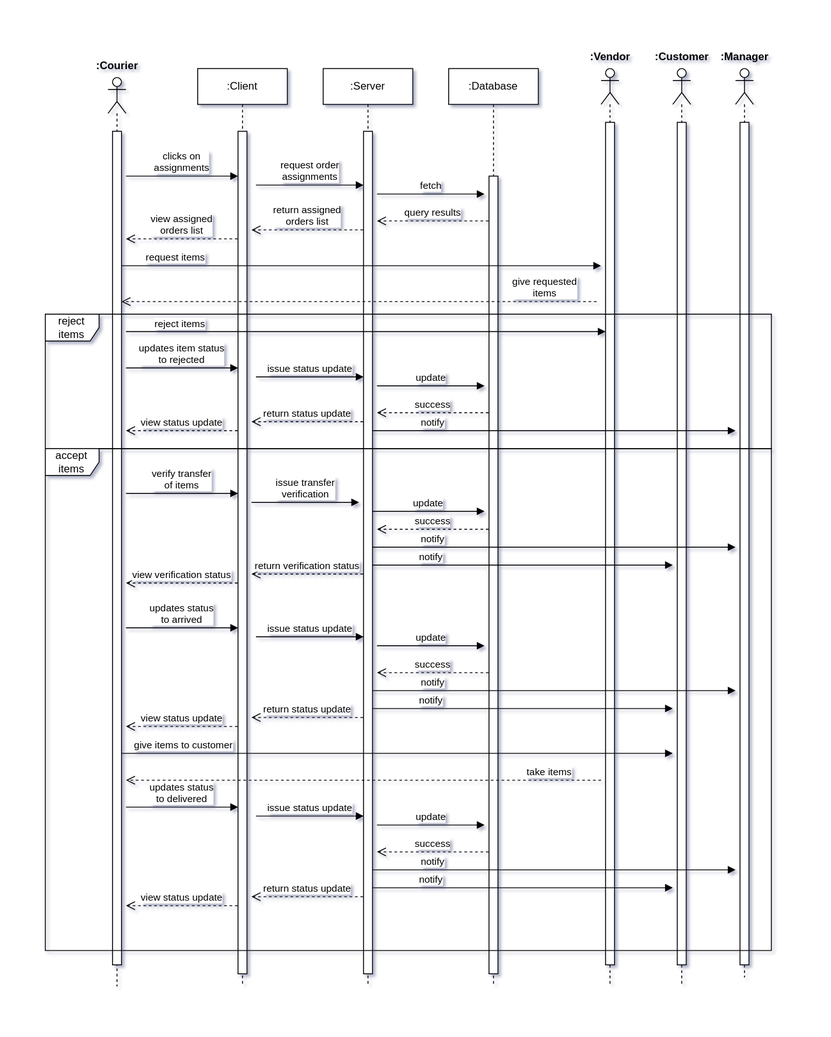
Above: software requirement/spec/media/sequence/courier-delivery.drawio.svg in nati-esh-zed/online_shopping_webapp (draw.io), before the change. Source tidied: cells renumbered, new cells last; positions are measured from the earlier drawing's top-left corner, leaving out a move shared by most shapes.
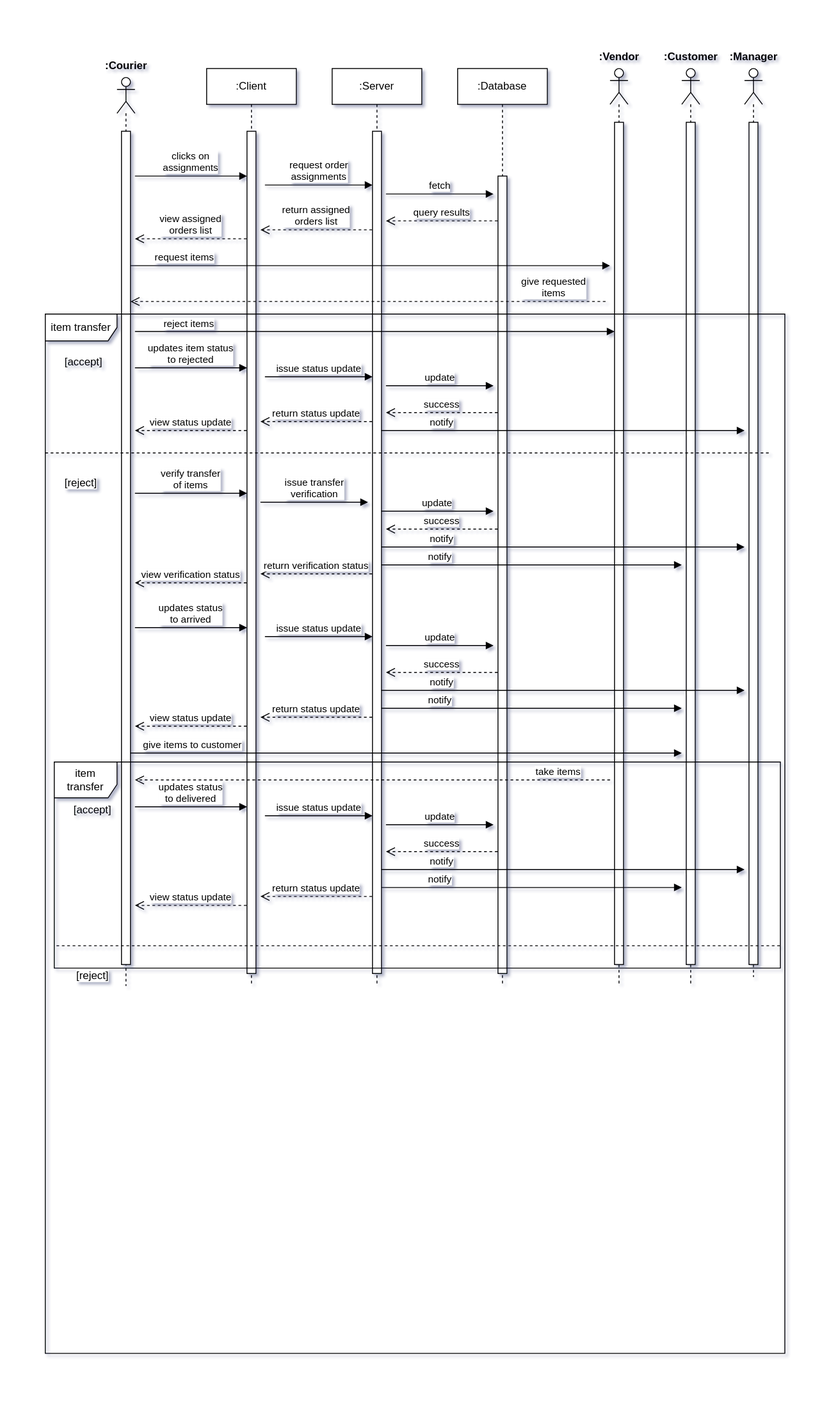
After the commit.

Commit message:
update SRS and Sequence diagram, add Component diagram + write more topics on Chapter 4

Change to the diagram source:
```diff
@@ -213,9 +213,6 @@
         <mxPoint x="700" y="790" as="targetPoint" />
       </mxGeometry>
     </mxCell>
-    <mxCell id="46" value="reject items" style="shape=umlFrame;whiteSpace=wrap;html=1;" parent="1" vertex="1">
-      <mxGeometry y="300" width="810" height="150" as="geometry" />
-    </mxCell>
     <mxCell id="47" value="reject items" style="html=1;verticalAlign=bottom;endArrow=block;curved=0;rounded=0;" parent="1" edge="1">
       <mxGeometry x="-0.78" relative="1" as="geometry">
         <mxPoint x="90" y="319.5" as="sourcePoint" />
@@ -252,9 +249,6 @@
         <mxPoint x="770" y="430" as="targetPoint" />
       </mxGeometry>
     </mxCell>
-    <mxCell id="53" value="accept items" style="shape=umlFrame;whiteSpace=wrap;html=1;" parent="1" vertex="1">
-      <mxGeometry y="450" width="810" height="560" as="geometry" />
-    </mxCell>
     <mxCell id="54" value="return status update" style="html=1;verticalAlign=bottom;endArrow=open;dashed=1;endSize=8;curved=0;rounded=0;" parent="1" edge="1">
       <mxGeometry relative="1" as="geometry">
         <mxPoint x="354.5" y="420" as="sourcePoint" />
@@ -315,5 +309,27 @@
         <mxPoint x="90" y="820" as="targetPoint" />
       </mxGeometry>
     </mxCell>
+    <mxCell id="64" value="item transfer" style="shape=umlFrame;whiteSpace=wrap;html=1;width=80;height=30;" parent="1" vertex="1">
+      <mxGeometry x="-10" y="300" width="825" height="1160" as="geometry" />
+    </mxCell>
+    <mxCell id="65" value="[accept]" style="text;html=1;" parent="64" vertex="1">
+      <mxGeometry width="100" height="20" relative="1" as="geometry">
+        <mxPoint x="20" y="40" as="offset" />
+      </mxGeometry>
+    </mxCell>
+    <mxCell id="66" value="[reject]" style="line;strokeWidth=1;dashed=1;labelPosition=center;verticalLabelPosition=bottom;align=left;verticalAlign=top;spacingLeft=20;spacingTop=15;html=1;whiteSpace=wrap;" parent="64" vertex="1">
+      <mxGeometry y="150" width="810" height="10" as="geometry" />
+    </mxCell>
+    <mxCell id="67" value="item &lt;br&gt;transfer" style="shape=umlFrame;whiteSpace=wrap;html=1;width=70;height=40;" parent="64" vertex="1">
+      <mxGeometry x="10" y="500" width="810" height="230" as="geometry" />
+    </mxCell>
+    <mxCell id="68" value="[accept]" style="text;html=1;" parent="67" vertex="1">
+      <mxGeometry width="100" height="20" relative="1" as="geometry">
+        <mxPoint x="20" y="40" as="offset" />
+      </mxGeometry>
+    </mxCell>
+    <mxCell id="69" value="[reject]" style="line;strokeWidth=1;dashed=1;labelPosition=center;verticalLabelPosition=bottom;align=left;verticalAlign=top;spacingLeft=20;spacingTop=15;html=1;whiteSpace=wrap;" parent="67" vertex="1">
+      <mxGeometry x="2.5" y="200" width="810" height="10" as="geometry" />
+    </mxCell>
   </root>
 </mxGraphModel>
```
